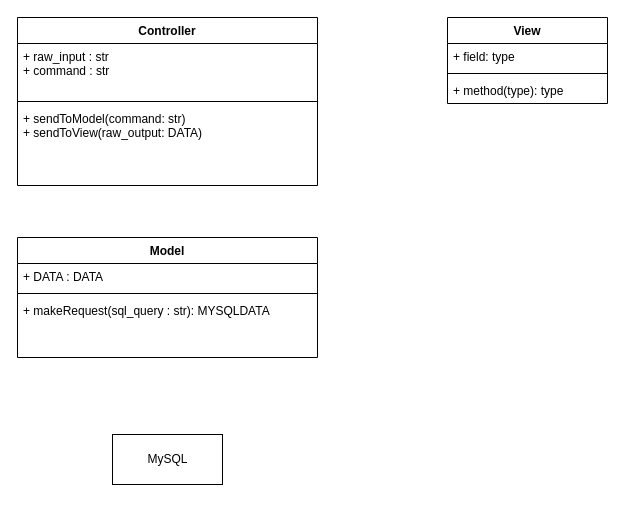
The draw.io diagram cookbookUML.drawio in pomrenkel/cookbook, before the edit. Source tidied: cells renumbered, new cells numbered last; positions are measured from the earlier drawing's top-left corner, leaving out a move shared by most shapes. Both pictures are drawn from the tidied source at 100%, with x=0, y=0 at pixel (17, 17).
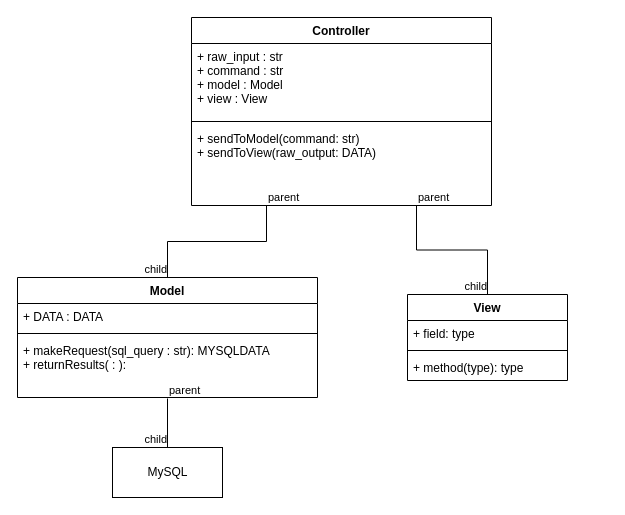
After the change.

Commit message (it also covers changes not shown here):
Installed mysql-connector, updated requirements.txt

Change to the diagram source:
```diff
@@
     <mxCell id="2" value="Controller" style="swimlane;fontStyle=1;align=center;verticalAlign=top;horizontal=1;startSize=26;" parent="1" vertex="1">
-      <mxGeometry width="300" height="168" as="geometry" />
+      <mxGeometry x="174" width="300" height="188" as="geometry" />
     </mxCell>
-    <mxCell id="3" value="+ raw_input : str&#10;+ command : str&#10;" style="text;strokeColor=none;fillColor=none;align=left;verticalAlign=top;spacingLeft=4;spacingRight=4;overflow=hidden;" parent="2" vertex="1">
-      <mxGeometry y="26" width="300" height="54" as="geometry" />
+    <mxCell id="3" value="+ raw_input : str&#10;+ command : str&#10;+ model : Model&#10;+ view : View&#10;&#10;" style="text;strokeColor=none;fillColor=none;align=left;verticalAlign=top;spacingLeft=4;spacingRight=4;overflow=hidden;" parent="2" vertex="1">
+      <mxGeometry y="26" width="300" height="74" as="geometry" />
     </mxCell>
     <mxCell id="4" style="line;strokeWidth=1;fillColor=none;align=left;verticalAlign=middle;spacingTop=-1;spacingLeft=3;spacingRight=3;labelPosition=right;" parent="2" vertex="1">
-      <mxGeometry y="80" width="300" height="8" as="geometry" />
+      <mxGeometry y="100" width="300" height="8" as="geometry" />
     </mxCell>
     <mxCell id="5" value="+ sendToModel(command: str) &#10;+ sendToView(raw_output: DATA)" style="text;strokeColor=none;fillColor=none;align=left;verticalAlign=top;spacingLeft=4;spacingRight=4;overflow=hidden;" parent="2" vertex="1">
-      <mxGeometry y="88" width="300" height="80" as="geometry" />
+      <mxGeometry y="108" width="300" height="80" as="geometry" />
     </mxCell>
     <mxCell id="6" value="Model&#10;" style="swimlane;fontStyle=1;align=center;verticalAlign=top;horizontal=1;startSize=26;" parent="1" vertex="1">
-      <mxGeometry y="220" width="300" height="120" as="geometry" />
+      <mxGeometry y="260" width="300" height="120" as="geometry" />
     </mxCell>
@@
-    <mxCell id="9" value="+ makeRequest(sql_query : str): MYSQLDATA" style="text;strokeColor=none;fillColor=none;align=left;verticalAlign=top;spacingLeft=4;spacingRight=4;overflow=hidden;points=[[0,0.5],[1,0.5]];portConstraint=eastwest;" parent="6" vertex="1">
+    <mxCell id="9" value="+ makeRequest(sql_query : str): MYSQLDATA&#10;+ returnResults( : ): " style="text;strokeColor=none;fillColor=none;align=left;verticalAlign=top;spacingLeft=4;spacingRight=4;overflow=hidden;points=[[0,0.5],[1,0.5]];portConstraint=eastwest;" parent="6" vertex="1">
       <mxGeometry y="60" width="300" height="60" as="geometry" />
     </mxCell>
     <mxCell id="10" value="MySQL" style="html=1;" parent="1" vertex="1">
-      <mxGeometry x="95" y="417" width="110" height="50" as="geometry" />
+      <mxGeometry x="95" y="430" width="110" height="50" as="geometry" />
     </mxCell>
     <mxCell id="11" value="View&#10;" style="swimlane;fontStyle=1;align=center;verticalAlign=top;horizontal=1;startSize=26;" parent="1" vertex="1">
-      <mxGeometry x="430" width="160" height="86" as="geometry" />
+      <mxGeometry x="390" y="277" width="160" height="86" as="geometry" />
     </mxCell>
@@
+    <mxCell id="15" style="endArrow=none;html=1;edgeStyle=orthogonalEdgeStyle;entryX=0.5;entryY=0;entryDx=0;entryDy=0;exitX=0.25;exitY=1;exitDx=0;exitDy=0;rounded=0;" parent="1" edge="1" source="2" target="6">
+      <mxGeometry relative="1" as="geometry" />
+    </mxCell>
+    <mxCell id="16" value="parent" style="edgeLabel;html=1;align=left;verticalAlign=bottom;" parent="15" vertex="1">
+      <mxGeometry x="-1" relative="1" as="geometry" />
+    </mxCell>
+    <mxCell id="17" value="child" style="edgeLabel;html=1;align=right;verticalAlign=bottom;" parent="15" vertex="1">
+      <mxGeometry x="1" relative="1" as="geometry" />
+    </mxCell>
+    <mxCell id="18" style="endArrow=none;html=1;edgeStyle=orthogonalEdgeStyle;entryX=0.5;entryY=0;entryDx=0;entryDy=0;exitX=0.75;exitY=1;exitDx=0;exitDy=0;rounded=0;" parent="1" edge="1" source="2" target="11">
+      <mxGeometry relative="1" as="geometry" />
+    </mxCell>
+    <mxCell id="19" value="parent" style="edgeLabel;html=1;align=left;verticalAlign=bottom;" parent="18" vertex="1">
+      <mxGeometry x="-1" relative="1" as="geometry" />
+    </mxCell>
+    <mxCell id="20" value="child" style="edgeLabel;html=1;align=right;verticalAlign=bottom;" parent="18" vertex="1">
+      <mxGeometry x="1" relative="1" as="geometry" />
+    </mxCell>
+    <mxCell id="21" style="endArrow=none;html=1;edgeStyle=orthogonalEdgeStyle;exitX=0.5;exitY=1.017;exitDx=0;exitDy=0;exitPerimeter=0;entryX=0.5;entryY=0;entryDx=0;entryDy=0;" parent="1" edge="1" source="9" target="10">
+      <mxGeometry relative="1" as="geometry" />
+    </mxCell>
+    <mxCell id="22" value="parent" style="edgeLabel;html=1;align=left;verticalAlign=bottom;" parent="21" vertex="1">
+      <mxGeometry x="-1" relative="1" as="geometry" />
+    </mxCell>
+    <mxCell id="23" value="child" style="edgeLabel;html=1;align=right;verticalAlign=bottom;" parent="21" vertex="1">
+      <mxGeometry x="1" relative="1" as="geometry" />
+    </mxCell>
```
